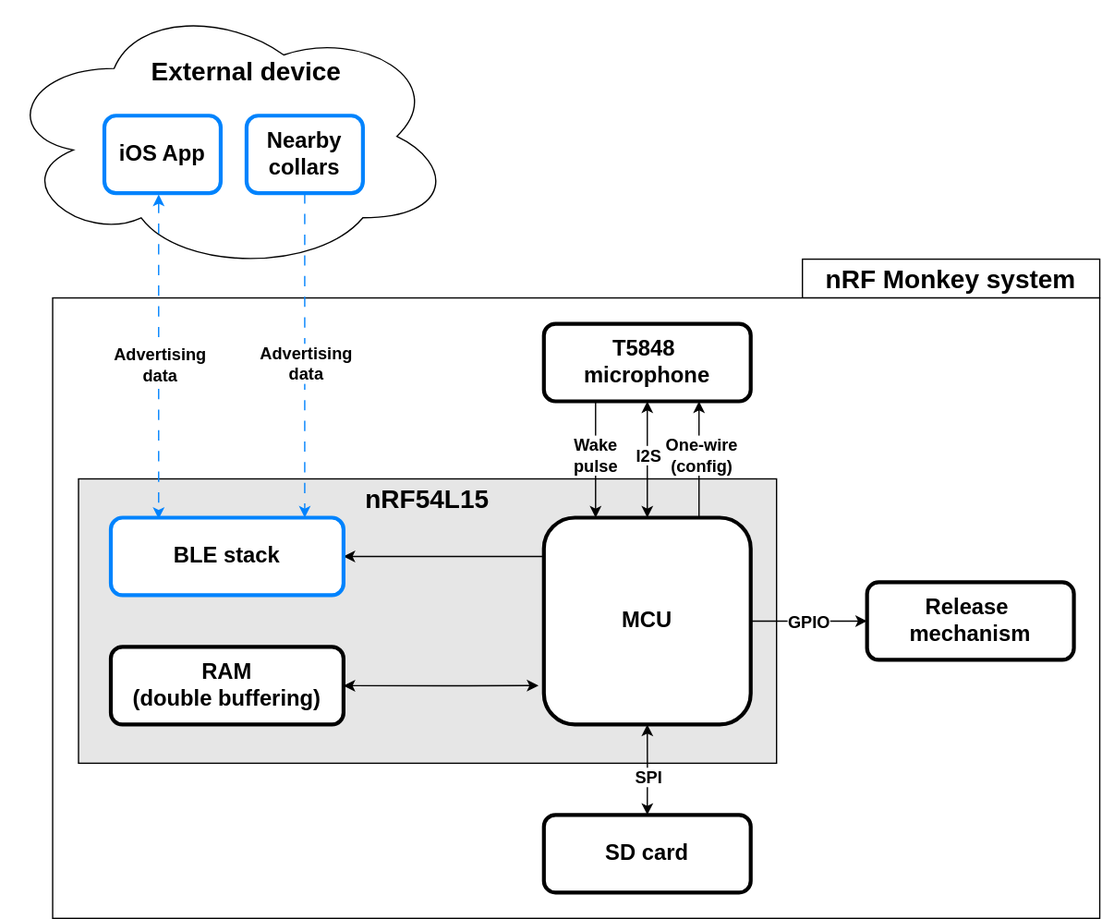
Earlier version of the draw.io export 01-Report/diagram/overview.drawio.svg (DrinkDark/Master_TM_DataCollar). Source tidied: cells renumbered, new cells last; positions are measured from the earlier drawing's top-left corner, leaving out a move shared by most shapes.
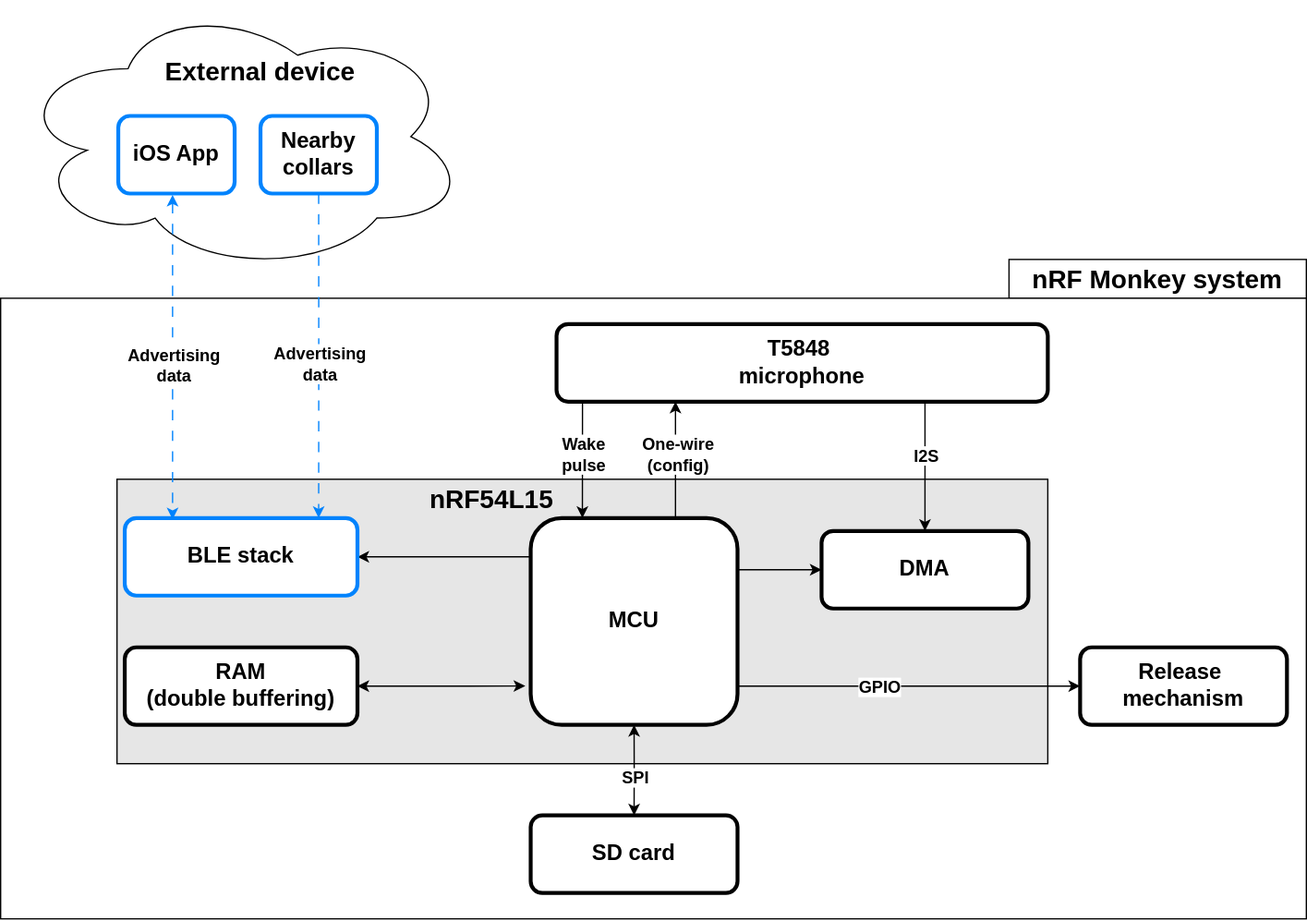
After the commit.

Change to the diagram source:
```diff
@@ -3,35 +3,34 @@
     <mxCell id="0" />
     <mxCell id="1" parent="0" />
     <mxCell id="2" style="rounded=0;whiteSpace=wrap;html=1;" parent="1" vertex="1">
-      <mxGeometry x="620" y="200" width="230" height="30" as="geometry" />
+      <mxGeometry x="600" y="200" width="230" height="30" as="geometry" />
     </mxCell>
     <mxCell id="3" style="rounded=0;whiteSpace=wrap;html=1;" parent="1" vertex="1">
-      <mxGeometry x="40" y="230" width="810" height="480" as="geometry" />
+      <mxGeometry x="-180" y="230" width="1010" height="480" as="geometry" />
     </mxCell>
     <mxCell id="4" style="rounded=0;whiteSpace=wrap;html=1;fillColor=#E6E6E6;strokeWidth=1;strokeColor=default;" parent="1" vertex="1">
-      <mxGeometry x="60" y="370" width="540" height="220" as="geometry" />
+      <mxGeometry x="-90" y="370" width="720" height="220" as="geometry" />
     </mxCell>
     <mxCell id="5" style="ellipse;shape=cloud;whiteSpace=wrap;html=1;" parent="1" vertex="1">
-      <mxGeometry width="350" height="210" as="geometry" />
+      <mxGeometry x="-169" width="350" height="210" as="geometry" />
     </mxCell>
-    <mxCell id="6" style="edgeStyle=orthogonalEdgeStyle;rounded=0;jettySize=auto;html=1;entryX=0.5;entryY=1;entryDx=0;entryDy=0;startArrow=classic;startFill=1;endArrow=classic;endFill=1;" parent="1" edge="1" source="13" target="16">
-      <mxGeometry relative="1" as="geometry" />
-    </mxCell>
-    <mxCell id="7" value="&lt;font style=&quot;font-size: 13px;&quot;&gt;&lt;b&gt;I2S&lt;/b&gt;&lt;/font&gt;" style="edgeLabel;html=1;align=center;verticalAlign=middle;" parent="6" vertex="1">
-      <mxGeometry x="0.17" y="-1" relative="1" as="geometry">
-        <mxPoint x="-1" y="4" as="offset" />
-      </mxGeometry>
-    </mxCell>
-    <mxCell id="8" style="edgeStyle=orthogonalEdgeStyle;rounded=0;jettySize=auto;html=1;exitX=0.75;exitY=0;exitDx=0;exitDy=0;entryX=0.75;entryY=1;entryDx=0;entryDy=0;" parent="1" edge="1" source="13" target="16">
-      <mxGeometry relative="1" as="geometry" />
+    <mxCell id="8" style="edgeStyle=orthogonalEdgeStyle;rounded=0;orthogonalLoop=1;jettySize=auto;html=1;exitX=0.75;exitY=0;exitDx=0;exitDy=0;entryX=0.75;entryY=1;entryDx=0;entryDy=0;" parent="1" edge="1">
+      <mxGeometry relative="1" as="geometry">
+        <mxPoint x="342" y="400" as="sourcePoint" />
+        <mxPoint x="342" y="310" as="targetPoint" />
+      </mxGeometry>
     </mxCell>
     <mxCell id="9" value="&lt;font style=&quot;font-size: 13px;&quot;&gt;&lt;b&gt;One-wire&lt;br&gt;(config)&lt;/b&gt;&lt;/font&gt;" style="edgeLabel;html=1;align=center;verticalAlign=middle;" parent="8" vertex="1">
       <mxGeometry x="0.03" y="-1" relative="1" as="geometry">
-        <mxPoint y="-3" as="offset" />
+        <mxPoint y="-4" as="offset" />
       </mxGeometry>
     </mxCell>
     <mxCell id="10" style="edgeStyle=orthogonalEdgeStyle;rounded=0;jettySize=auto;html=1;exitX=1;exitY=0.5;exitDx=0;exitDy=0;entryX=0;entryY=0.5;entryDx=0;entryDy=0;" parent="1" edge="1" source="13" target="20">
-      <mxGeometry relative="1" as="geometry" />
+      <mxGeometry relative="1" as="geometry">
+        <Array as="points">
+          <mxPoint x="390" y="530" />
+        </Array>
+      </mxGeometry>
     </mxCell>
     <mxCell id="11" value="GPIO" style="edgeLabel;html=1;align=center;verticalAlign=middle;fontSize=13;fontStyle=1;" parent="10" vertex="1">
       <mxGeometry x="0.03" y="-2" relative="1" as="geometry">
@@ -41,30 +40,47 @@
     <mxCell id="12" style="edgeStyle=orthogonalEdgeStyle;rounded=0;jettySize=auto;html=1;exitX=0;exitY=0.5;exitDx=0;exitDy=0;entryX=1;entryY=0.5;entryDx=0;entryDy=0;" parent="1" edge="1" source="13" target="21">
       <mxGeometry relative="1" as="geometry">
         <Array as="points">
-          <mxPoint x="420" y="430" />
+          <mxPoint x="270" y="480" />
+          <mxPoint x="270" y="430" />
         </Array>
       </mxGeometry>
     </mxCell>
+    <mxCell id="33" style="edgeStyle=orthogonalEdgeStyle;rounded=0;jettySize=auto;html=1;exitX=1;exitY=0.25;exitDx=0;exitDy=0;entryX=0;entryY=0.5;entryDx=0;entryDy=0;" parent="1" edge="1" source="13" target="35">
+      <mxGeometry relative="1" as="geometry" />
+    </mxCell>
     <mxCell id="13" value="&lt;font style=&quot;font-size: 17px;&quot;&gt;&lt;b style=&quot;&quot;&gt;MCU&lt;/b&gt;&lt;/font&gt;" style="rounded=1;whiteSpace=wrap;html=1;strokeWidth=3;" parent="1" vertex="1">
-      <mxGeometry x="420" y="400" width="160" height="160" as="geometry" />
+      <mxGeometry x="230" y="400" width="160" height="160" as="geometry" />
     </mxCell>
-    <mxCell id="14" style="edgeStyle=orthogonalEdgeStyle;rounded=0;jettySize=auto;html=1;exitX=0.25;exitY=1;exitDx=0;exitDy=0;entryX=0.25;entryY=0;entryDx=0;entryDy=0;" parent="1" edge="1" source="16" target="13">
-      <mxGeometry relative="1" as="geometry" />
+    <mxCell id="14" style="edgeStyle=orthogonalEdgeStyle;rounded=0;jettySize=auto;html=1;exitX=0.25;exitY=1;exitDx=0;exitDy=0;entryX=0.25;entryY=0;entryDx=0;entryDy=0;" parent="1" edge="1" target="13">
+      <mxGeometry relative="1" as="geometry">
+        <mxPoint x="291.2" y="310" as="sourcePoint" />
+        <Array as="points">
+          <mxPoint x="270" y="310" />
+        </Array>
+      </mxGeometry>
     </mxCell>
     <mxCell id="15" value="Wake&lt;div&gt;pulse&lt;/div&gt;" style="edgeLabel;html=1;align=center;verticalAlign=middle;fontSize=13;fontStyle=1;" parent="14" vertex="1">
       <mxGeometry x="-0.33" y="-1" relative="1" as="geometry">
-        <mxPoint y="10" as="offset" />
+        <mxPoint x="1" y="24" as="offset" />
       </mxGeometry>
     </mxCell>
+    <mxCell id="34" style="edgeStyle=orthogonalEdgeStyle;rounded=0;jettySize=auto;html=1;exitX=0.75;exitY=1;exitDx=0;exitDy=0;entryX=0.5;entryY=0;entryDx=0;entryDy=0;" parent="1" edge="1" source="16" target="35">
+      <mxGeometry relative="1" as="geometry" />
+    </mxCell>
+    <mxCell id="7" value="&lt;font style=&quot;font-size: 13px;&quot;&gt;&lt;b&gt;I2S&lt;/b&gt;&lt;/font&gt;" style="edgeLabel;html=1;align=center;verticalAlign=middle;" parent="34" vertex="1">
+      <mxGeometry x="-0.09" y="-2" relative="1" as="geometry">
+        <mxPoint x="2" y="-5" as="offset" />
+      </mxGeometry>
+    </mxCell>
     <mxCell id="16" value="&lt;font style=&quot;font-size: 17px;&quot;&gt;&lt;b style=&quot;&quot;&gt;T5848&amp;nbsp;&lt;/b&gt;&lt;/font&gt;&lt;div&gt;&lt;font style=&quot;font-size: 17px;&quot;&gt;&lt;b style=&quot;&quot;&gt;microphone&lt;/b&gt;&lt;/font&gt;&lt;/div&gt;" style="rounded=1;whiteSpace=wrap;html=1;strokeWidth=3;" parent="1" vertex="1">
-      <mxGeometry x="420" y="250" width="160" height="60" as="geometry" />
+      <mxGeometry x="250" y="250" width="380" height="60" as="geometry" />
     </mxCell>
     <mxCell id="17" value="&lt;font style=&quot;font-size: 17px;&quot;&gt;&lt;b style=&quot;&quot;&gt;SD card&lt;/b&gt;&lt;/font&gt;" style="rounded=1;whiteSpace=wrap;html=1;strokeWidth=3;" parent="1" vertex="1">
-      <mxGeometry x="420" y="630" width="160" height="60" as="geometry" />
+      <mxGeometry x="230" y="630" width="160" height="60" as="geometry" />
     </mxCell>
     <mxCell id="18" style="edgeStyle=orthogonalEdgeStyle;rounded=0;jettySize=auto;html=1;startArrow=classic;startFill=1;endArrow=classic;endFill=1;exitX=0.5;exitY=0;exitDx=0;exitDy=0;" parent="1" edge="1" source="17">
       <mxGeometry relative="1" as="geometry">
-        <mxPoint x="500" y="560" as="targetPoint" />
+        <mxPoint x="310" y="560" as="targetPoint" />
       </mxGeometry>
     </mxCell>
     <mxCell id="19" value="&lt;font style=&quot;font-size: 13px;&quot;&gt;&lt;b&gt;SPI&lt;/b&gt;&lt;/font&gt;" style="edgeLabel;html=1;align=center;verticalAlign=middle;" parent="18" vertex="1">
@@ -73,20 +89,20 @@
       </mxGeometry>
     </mxCell>
     <mxCell id="20" value="&lt;font style=&quot;font-size: 17px;&quot;&gt;&lt;b style=&quot;&quot;&gt;Release&amp;nbsp;&lt;/b&gt;&lt;/font&gt;&lt;div&gt;&lt;font style=&quot;font-size: 17px;&quot;&gt;&lt;b style=&quot;&quot;&gt;mechanism&lt;/b&gt;&lt;/font&gt;&lt;/div&gt;" style="rounded=1;whiteSpace=wrap;html=1;strokeColor=#000000;strokeWidth=3;" parent="1" vertex="1">
-      <mxGeometry x="670" y="450" width="160" height="60" as="geometry" />
+      <mxGeometry x="655" y="500" width="160" height="60" as="geometry" />
     </mxCell>
     <mxCell id="21" value="&lt;b style=&quot;&quot;&gt;&lt;font style=&quot;font-size: 17px;&quot;&gt;BLE stack&lt;/font&gt;&lt;/b&gt;" style="rounded=1;whiteSpace=wrap;html=1;strokeColor=#0083fd;strokeWidth=3;" parent="1" vertex="1">
-      <mxGeometry x="85" y="400" width="180" height="60" as="geometry" />
+      <mxGeometry x="-84" y="400" width="180" height="60" as="geometry" />
     </mxCell>
     <mxCell id="22" value="&lt;font style=&quot;font-size: 20px;&quot;&gt;&lt;b style=&quot;&quot;&gt;External device&lt;/b&gt;&lt;/font&gt;" style="text;html=1;align=center;verticalAlign=middle;whiteSpace=wrap;rounded=0;" parent="1" vertex="1">
-      <mxGeometry x="100" y="39" width="180" height="30" as="geometry" />
+      <mxGeometry x="-69" y="39" width="180" height="30" as="geometry" />
     </mxCell>
     <mxCell id="23" value="&lt;b style=&quot;&quot;&gt;&lt;font style=&quot;font-size: 17px;&quot;&gt;iOS App&lt;/font&gt;&lt;/b&gt;" style="rounded=1;whiteSpace=wrap;html=1;strokeColor=#0083fd;strokeWidth=3;" parent="1" vertex="1">
-      <mxGeometry x="80" y="89" width="90" height="60" as="geometry" />
+      <mxGeometry x="-89" y="89" width="90" height="60" as="geometry" />
     </mxCell>
     <mxCell id="24" style="edgeStyle=orthogonalEdgeStyle;rounded=0;jettySize=auto;html=1;exitX=0.5;exitY=1;exitDx=0;exitDy=0;strokeColor=#0083fd;dashed=1;dashPattern=8 8;" parent="1" edge="1" source="26">
       <mxGeometry relative="1" as="geometry">
-        <mxPoint x="235" y="400" as="targetPoint" />
+        <mxPoint x="66" y="400" as="targetPoint" />
       </mxGeometry>
     </mxCell>
     <mxCell id="25" value="Advertising&lt;div&gt;data&lt;/div&gt;" style="edgeLabel;html=1;align=center;verticalAlign=middle;fontSize=13;fontStyle=1;" parent="24" vertex="1">
@@ -95,24 +111,24 @@
       </mxGeometry>
     </mxCell>
     <mxCell id="26" value="&lt;b style=&quot;&quot;&gt;&lt;font style=&quot;font-size: 17px;&quot;&gt;Nearby collars&lt;/font&gt;&lt;/b&gt;" style="rounded=1;whiteSpace=wrap;html=1;strokeColor=#0083fd;strokeWidth=3;" parent="1" vertex="1">
-      <mxGeometry x="190" y="89" width="90" height="60" as="geometry" />
+      <mxGeometry x="21" y="89" width="90" height="60" as="geometry" />
     </mxCell>
     <mxCell id="27" value="nRF54L15" style="text;html=1;align=center;verticalAlign=middle;whiteSpace=wrap;rounded=0;fontSize=20;fontStyle=1;" parent="1" vertex="1">
-      <mxGeometry x="260" y="370" width="140" height="30" as="geometry" />
+      <mxGeometry x="130" y="370" width="140" height="30" as="geometry" />
     </mxCell>
     <mxCell id="28" value="&lt;b style=&quot;&quot;&gt;&lt;font style=&quot;font-size: 17px;&quot;&gt;RAM&lt;/font&gt;&lt;/b&gt;&lt;div&gt;&lt;span style=&quot;font-size: 17px;&quot;&gt;&lt;b&gt;(double buffering)&lt;/b&gt;&lt;/span&gt;&lt;/div&gt;" style="rounded=1;whiteSpace=wrap;html=1;strokeColor=#000000;strokeWidth=3;" parent="1" vertex="1">
-      <mxGeometry x="85" y="500" width="180" height="60" as="geometry" />
+      <mxGeometry x="-84" y="500" width="180" height="60" as="geometry" />
     </mxCell>
     <mxCell id="29" style="edgeStyle=orthogonalEdgeStyle;rounded=0;jettySize=auto;html=1;exitX=1;exitY=0.5;exitDx=0;exitDy=0;entryX=-0.026;entryY=0.812;entryDx=0;entryDy=0;entryPerimeter=0;startArrow=classic;startFill=1;" parent="1" edge="1" source="28" target="13">
       <mxGeometry relative="1" as="geometry" />
     </mxCell>
     <mxCell id="30" value="&lt;font style=&quot;font-size: 20px;&quot;&gt;&lt;b&gt;nRF Monkey system&lt;/b&gt;&lt;/font&gt;" style="text;html=1;align=center;verticalAlign=middle;whiteSpace=wrap;rounded=0;" parent="1" vertex="1">
-      <mxGeometry x="630" y="200" width="210" height="30" as="geometry" />
+      <mxGeometry x="610" y="200" width="210" height="30" as="geometry" />
     </mxCell>
     <mxCell id="31" style="edgeStyle=orthogonalEdgeStyle;rounded=0;orthogonalLoop=1;jettySize=auto;html=1;exitX=0.5;exitY=1;exitDx=0;exitDy=0;strokeColor=#0083fd;dashed=1;dashPattern=8 8;startArrow=classic;startFill=1;" parent="1" edge="1">
       <mxGeometry relative="1" as="geometry">
-        <mxPoint x="122" y="150" as="sourcePoint" />
-        <mxPoint x="122" y="401" as="targetPoint" />
+        <mxPoint x="-47" y="150" as="sourcePoint" />
+        <mxPoint x="-47" y="401" as="targetPoint" />
       </mxGeometry>
     </mxCell>
     <mxCell id="32" value="Advertising&lt;div&gt;data&lt;/div&gt;" style="edgeLabel;html=1;align=center;verticalAlign=middle;fontSize=13;fontStyle=1;" parent="31" vertex="1">
@@ -120,5 +136,8 @@
         <mxPoint x="-2" y="-1" as="offset" />
       </mxGeometry>
     </mxCell>
+    <mxCell id="35" value="&lt;span style=&quot;font-size: 17px;&quot;&gt;&lt;b&gt;DMA&lt;br&gt;&lt;/b&gt;&lt;/span&gt;" style="rounded=1;whiteSpace=wrap;html=1;strokeColor=#000000;strokeWidth=3;" parent="1" vertex="1">
+      <mxGeometry x="455" y="410" width="160" height="60" as="geometry" />
+    </mxCell>
   </root>
 </mxGraphModel>
```
